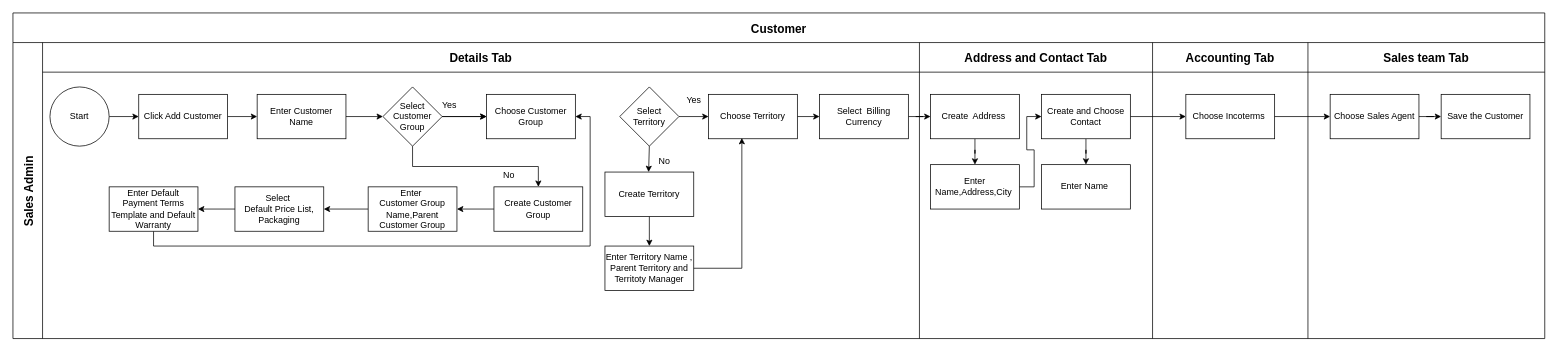
Above: SGB/Customer Userflow.drawio in Iswariya-LMNAs/Diagrams (draw.io), before the change. Source tidied: cells renumbered, new cells numbered last; positions are measured from the earlier drawing's top-left corner, leaving out a move shared by most shapes. Both pictures are drawn from the tidied source at 74%, with x=0, y=0 at pixel (13, 13).
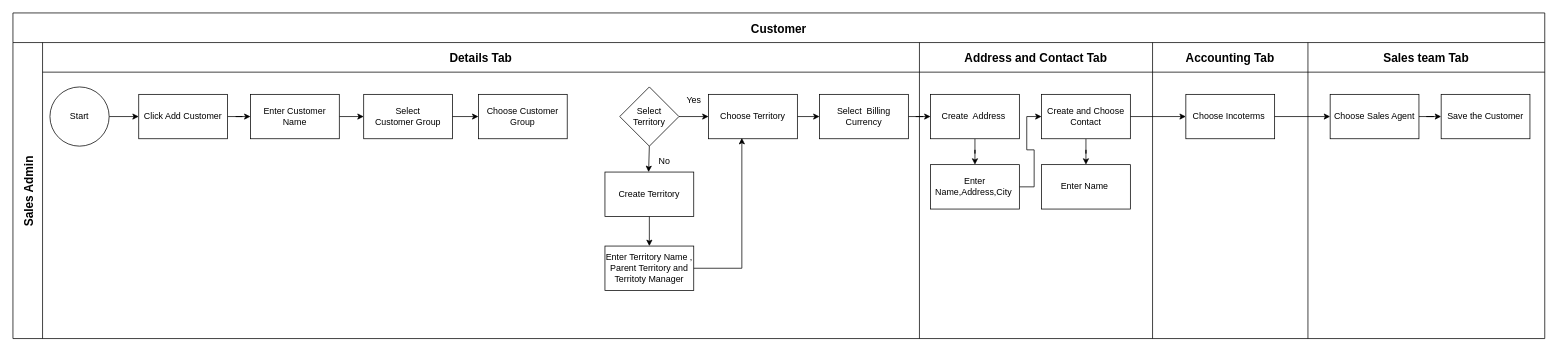
After the change.

The change refers to these unchanged cells:
```xml
<mxCell id="4" value="Details Tab" style="swimlane;swimlaneHead=0;swimlaneBody=0;fontStyle=1;strokeColor=inherit;fillColor=none;startSize=40;fontSize=16;" parent="3" vertex="1">
  <mxGeometry x="40" width="1185" height="400" as="geometry" />
</mxCell>
```

Diff of the diagram source:
```diff
@@
+    <mxCell id="21" value="Select&lt;div&gt;Customer Group&lt;/div&gt;" style="rounded=0;whiteSpace=wrap;html=1;" parent="4" vertex="1">
+      <mxGeometry x="434" y="70" width="120" height="60" as="geometry" />
+    </mxCell>
@@
-    <mxCell id="17" style="edgeStyle=orthogonalEdgeStyle;rounded=0;jettySize=auto;html=1;entryX=0;entryY=0.5;entryDx=0;entryDy=0;" parent="1" edge="1" source="18" target="21">
+    <mxCell id="17" style="edgeStyle=orthogonalEdgeStyle;rounded=0;jettySize=auto;html=1;exitX=1;exitY=0.5;exitDx=0;exitDy=0;entryX=0;entryY=0.5;entryDx=0;entryDy=0;" parent="1" edge="1" source="18" target="21">
       <mxGeometry relative="1" as="geometry" />
     </mxCell>
     <mxCell id="18" value="Enter Customer Name" style="rounded=0;whiteSpace=wrap;html=1;" parent="1" vertex="1">
-      <mxGeometry x="330" y="110" width="120" height="60" as="geometry" />
+      <mxGeometry x="321" y="110" width="120" height="60" as="geometry" />
     </mxCell>
-    <mxCell id="19" style="edgeStyle=orthogonalEdgeStyle;rounded=0;jettySize=auto;html=1;" parent="1" edge="1" source="21" target="35">
-      <mxGeometry relative="1" as="geometry" />
-    </mxCell>
-    <mxCell id="20" style="edgeStyle=orthogonalEdgeStyle;rounded=0;jettySize=auto;html=1;exitX=0.5;exitY=1;exitDx=0;exitDy=0;" parent="1" edge="1" source="21" target="23">
-      <mxGeometry relative="1" as="geometry" />
-    </mxCell>
-    <mxCell id="21" value="Select&lt;div&gt;Customer Group&lt;/div&gt;" style="rhombus;whiteSpace=wrap;html=1;rounded=0;" parent="1" vertex="1">
-      <mxGeometry x="500" y="100" width="80" height="80" as="geometry" />
-    </mxCell>
-    <mxCell id="22" style="edgeStyle=orthogonalEdgeStyle;rounded=0;jettySize=auto;html=1;" parent="1" edge="1" source="23" target="25">
-      <mxGeometry relative="1" as="geometry" />
-    </mxCell>
-    <mxCell id="23" value="Create Customer Group" style="rounded=0;whiteSpace=wrap;html=1;" parent="1" vertex="1">
-      <mxGeometry x="650" y="235" width="120" height="60" as="geometry" />
-    </mxCell>
-    <mxCell id="24" style="edgeStyle=orthogonalEdgeStyle;rounded=0;jettySize=auto;html=1;" parent="1" edge="1" source="25" target="27">
-      <mxGeometry relative="1" as="geometry" />
-    </mxCell>
-    <mxCell id="25" value="Enter&amp;nbsp;&lt;div&gt;Customer Group Name,Parent Customer Group&lt;/div&gt;" style="rounded=0;whiteSpace=wrap;html=1;" parent="1" vertex="1">
-      <mxGeometry x="480" y="235" width="120" height="60" as="geometry" />
-    </mxCell>
-    <mxCell id="26" style="edgeStyle=orthogonalEdgeStyle;rounded=0;jettySize=auto;html=1;" parent="1" edge="1" source="27" target="29">
-      <mxGeometry relative="1" as="geometry" />
-    </mxCell>
-    <mxCell id="27" value="Select&amp;nbsp;&lt;div&gt;Default Price List,&lt;/div&gt;&lt;div&gt;Packaging&lt;/div&gt;" style="rounded=0;whiteSpace=wrap;html=1;" parent="1" vertex="1">
-      <mxGeometry x="300" y="235" width="120" height="60" as="geometry" />
-    </mxCell>
-    <mxCell id="28" style="edgeStyle=orthogonalEdgeStyle;rounded=0;jettySize=auto;html=1;exitX=0.5;exitY=1;exitDx=0;exitDy=0;entryX=1;entryY=0.5;entryDx=0;entryDy=0;" parent="1" edge="1" source="29" target="35">
-      <mxGeometry relative="1" as="geometry">
-        <Array as="points">
-          <mxPoint x="190" y="315" />
-          <mxPoint x="780" y="315" />
-          <mxPoint x="780" y="140" />
-        </Array>
-      </mxGeometry>
-    </mxCell>
-    <mxCell id="29" value="Enter Default Payment Terms Template and Default Warranty" style="rounded=0;whiteSpace=wrap;html=1;" parent="1" vertex="1">
-      <mxGeometry x="130" y="235" width="120" height="60" as="geometry" />
-    </mxCell>
-    <mxCell id="30" value="Yes" style="text;html=1;align=center;verticalAlign=middle;whiteSpace=wrap;rounded=0;" parent="1" vertex="1">
-      <mxGeometry x="560" y="110" width="60" height="30" as="geometry" />
-    </mxCell>
-    <mxCell id="31" value="No" style="text;html=1;align=center;verticalAlign=middle;strokeColor=none;fillColor=none;" parent="1" vertex="1">
-      <mxGeometry x="650" y="205" width="40" height="30" as="geometry" />
-    </mxCell>
@@
-    <mxCell id="34" style="edgeStyle=orthogonalEdgeStyle;rounded=0;jettySize=auto;html=1;" parent="1" edge="1" source="21" target="35">
-      <mxGeometry relative="1" as="geometry" />
-    </mxCell>
     <mxCell id="35" value="Choose Customer Group" style="rounded=0;whiteSpace=wrap;html=1;" parent="1" vertex="1">
-      <mxGeometry x="640" y="110" width="120" height="60" as="geometry" />
+      <mxGeometry x="629" y="110" width="120" height="60" as="geometry" />
     </mxCell>
@@
+    <mxCell id="55" style="edgeStyle=orthogonalEdgeStyle;rounded=0;jettySize=auto;html=1;exitX=1;exitY=0.5;exitDx=0;exitDy=0;entryX=0;entryY=0.5;entryDx=0;entryDy=0;" parent="1" edge="1" source="21" target="35">
+      <mxGeometry relative="1" as="geometry" />
+    </mxCell>
```
